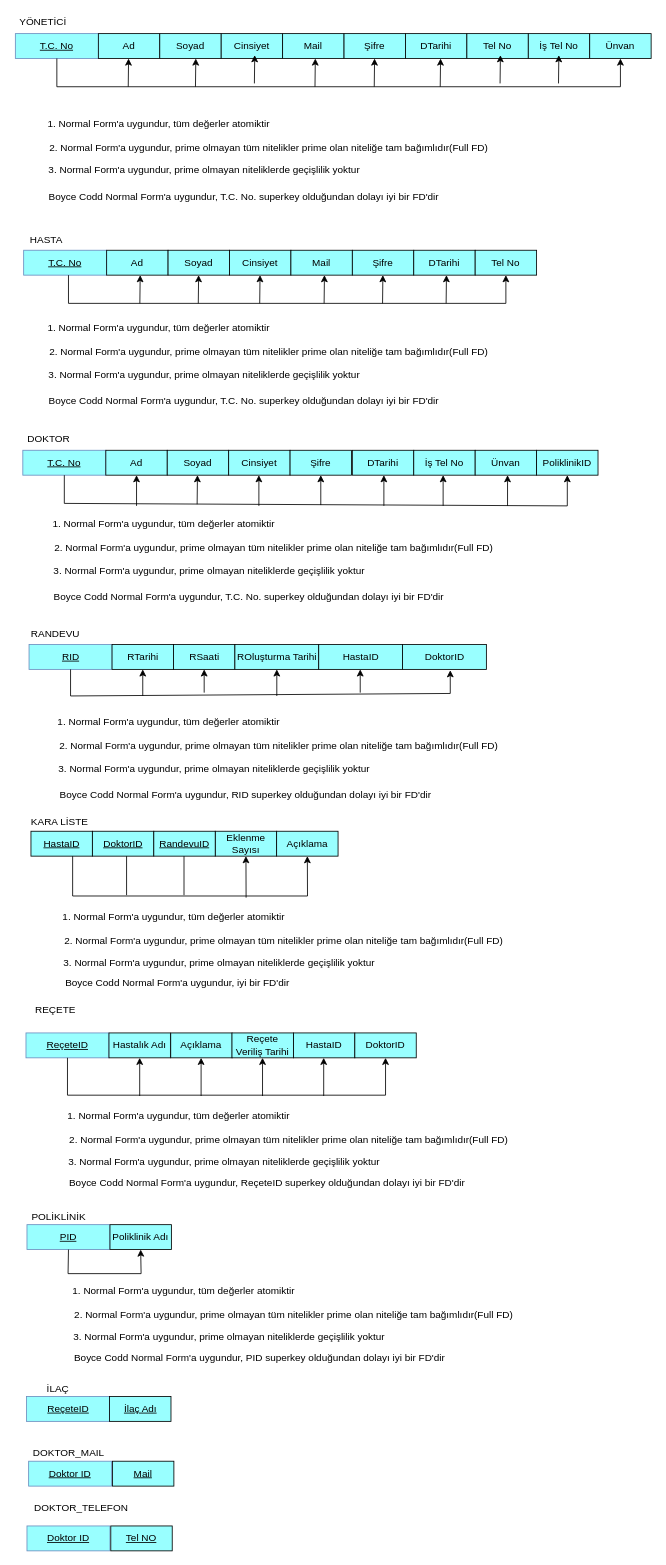
Before: DBTasarım/FD.drawio in Karani42Karaman/hospital-appointment-system, a draw.io diagram. Source tidied: cells renumbered, new cells numbered last; positions are measured from the earlier drawing's top-left corner, leaving out a move shared by most shapes. Both pictures are drawn from the tidied source at 83%, with x=0, y=0 at pixel (14, 14).
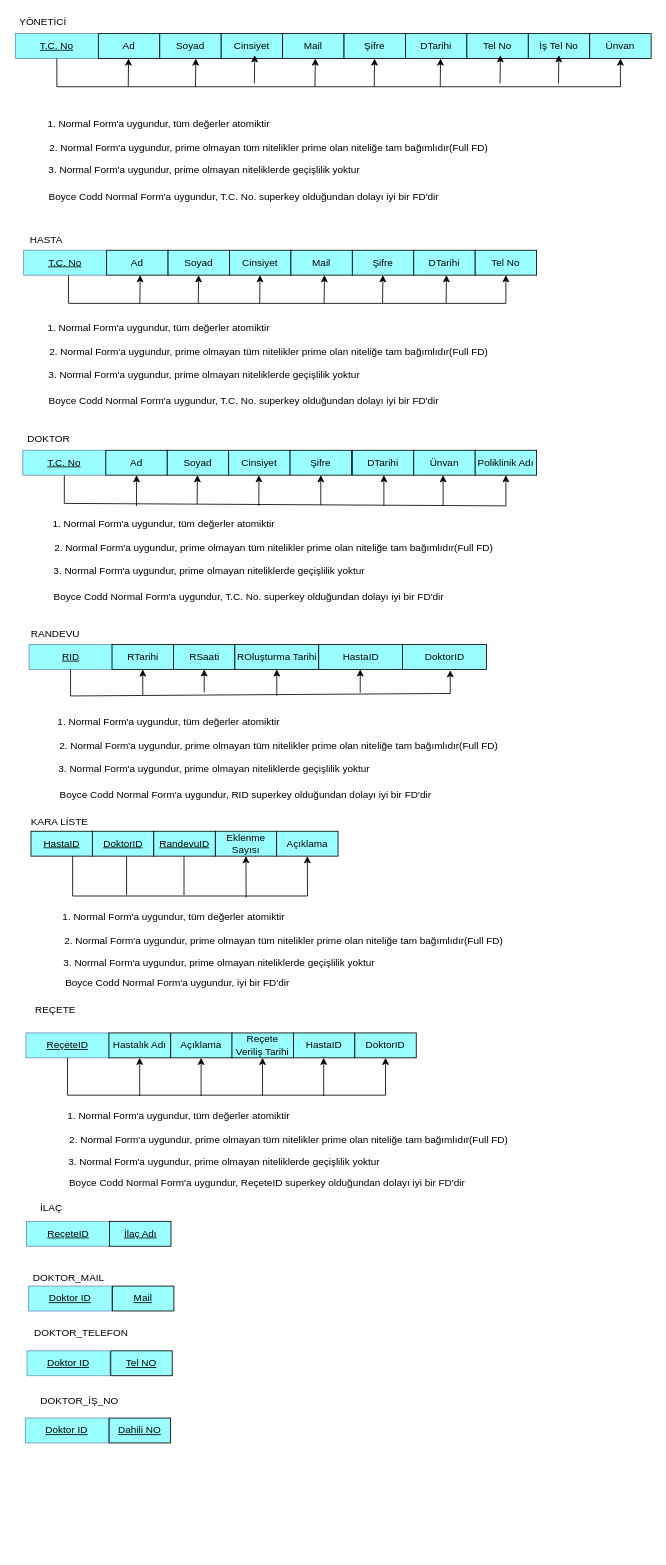
The same diagram, later.

Commit message:
son güncelleme

The change refers to these unchanged cells:
```xml
<mxCell id="23" value="&lt;u&gt;T.C. No&lt;/u&gt;" style="whiteSpace=wrap;html=1;align=center;fillColor=#99FFFF;strokeColor=#6c8ebf;" parent="1" vertex="1">
  <mxGeometry x="10" y="525" width="100" height="30" as="geometry" />
</mxCell>
```

Diff of the diagram source:
```diff
@@
-    <mxCell id="30" value="İş Tel No" style="rounded=0;whiteSpace=wrap;html=1;labelBackgroundColor=none;fillColor=#99FFFF;" parent="1" vertex="1">
-      <mxGeometry x="481" y="525" width="74" height="30" as="geometry" />
-    </mxCell>
     <mxCell id="31" value="Ünvan" style="rounded=0;whiteSpace=wrap;html=1;labelBackgroundColor=none;fillColor=#99FFFF;" parent="1" vertex="1">
-      <mxGeometry x="555" y="525" width="74" height="30" as="geometry" />
+      <mxGeometry x="481" y="525" width="74" height="30" as="geometry" />
     </mxCell>
@@
-    <mxCell id="37" value="&lt;u&gt;PID&lt;/u&gt;" style="whiteSpace=wrap;html=1;align=center;fillColor=#99FFFF;strokeColor=#6c8ebf;" parent="1" vertex="1">
-      <mxGeometry x="15" y="1458" width="100" height="30" as="geometry" />
-    </mxCell>
-    <mxCell id="38" value="POLİKLİNİK" style="text;html=1;align=center;verticalAlign=middle;strokeColor=none;fillColor=none;" parent="1" vertex="1">
-      <mxGeometry x="14.5" y="1440" width="76" height="18" as="geometry" />
-    </mxCell>
-    <mxCell id="39" value="Poliklinik Adı" style="rounded=0;whiteSpace=wrap;html=1;labelBackgroundColor=none;fillColor=#99FFFF;" parent="1" vertex="1">
-      <mxGeometry x="115" y="1458" width="74" height="30" as="geometry" />
-    </mxCell>
@@
-    <mxCell id="42" value="PoliklinikID" style="rounded=0;whiteSpace=wrap;html=1;labelBackgroundColor=none;fillColor=#99FFFF;" parent="1" vertex="1">
-      <mxGeometry x="629" y="525" width="74" height="30" as="geometry" />
+    <mxCell id="42" value="Poliklinik Adı" style="rounded=0;whiteSpace=wrap;html=1;labelBackgroundColor=none;fillColor=#99FFFF;" parent="1" vertex="1">
+      <mxGeometry x="555" y="525" width="74" height="30" as="geometry" />
     </mxCell>
@@
     <mxCell id="49" value="&lt;u&gt;ReçeteID&lt;/u&gt;" style="whiteSpace=wrap;html=1;align=center;fillColor=#99FFFF;strokeColor=#6c8ebf;" parent="1" vertex="1">
-      <mxGeometry x="14.5" y="1665" width="100" height="30" as="geometry" />
+      <mxGeometry x="14.5" y="1454" width="100" height="30" as="geometry" />
     </mxCell>
     <mxCell id="50" value="İLAÇ" style="text;html=1;align=center;verticalAlign=middle;strokeColor=none;fillColor=none;" parent="1" vertex="1">
-      <mxGeometry x="34" y="1647" width="36" height="18" as="geometry" />
+      <mxGeometry x="26" y="1429" width="36" height="18" as="geometry" />
     </mxCell>
     <mxCell id="51" value="İlaç Adı" style="rounded=0;whiteSpace=wrap;html=1;labelBackgroundColor=none;fillColor=#99FFFF;fontStyle=4;" parent="1" vertex="1">
-      <mxGeometry x="114.5" y="1665" width="74" height="30" as="geometry" />
+      <mxGeometry x="114.5" y="1454" width="74" height="30" as="geometry" />
     </mxCell>
@@
-    <mxCell id="72" style="endArrow=classic;html=1;rounded=0;exitX=0.5;exitY=1;exitDx=0;exitDy=0;entryX=0.5;entryY=1;entryDx=0;entryDy=0;" parent="1" edge="1" source="37" target="39">
-      <mxGeometry relative="1" as="geometry">
-        <Array as="points">
-          <mxPoint x="64.5" y="1517" />
-          <mxPoint x="152.5" y="1517" />
-        </Array>
-      </mxGeometry>
-    </mxCell>
     <mxCell id="73" style="endArrow=classic;html=1;rounded=0;exitX=0.5;exitY=1;exitDx=0;exitDy=0;entryX=0.5;entryY=1;entryDx=0;entryDy=0;" parent="1" edge="1" source="23" target="42">
       <mxGeometry relative="1" as="geometry">
         <Array as="points">
           <mxPoint x="60" y="589" />
-          <mxPoint x="666" y="592" />
+          <mxPoint x="592" y="592" />
         </Array>
       </mxGeometry>
     </mxCell>
@@
-    <mxCell id="80" style="endArrow=classic;html=1;rounded=0;entryX=0.5;entryY=1;entryDx=0;entryDy=0;" parent="1" edge="1">
-      <mxGeometry relative="1" as="geometry">
-        <mxPoint x="594" y="592" as="sourcePoint" />
-        <mxPoint x="594" y="555" as="targetPoint" />
-      </mxGeometry>
-    </mxCell>
@@
-    <mxCell id="114" value="1. Normal Form'a uygundur, tüm değerler atomiktir" style="text;html=1;strokeColor=none;fillColor=none;align=center;verticalAlign=middle;whiteSpace=wrap;rounded=0;" parent="1" vertex="1">
-      <mxGeometry x="60" y="1523" width="288" height="30" as="geometry" />
-    </mxCell>
-    <mxCell id="115" value="2. Normal Form'a uygundur, prime olmayan tüm nitelikler prime olan niteliğe tam bağımlıdır(Full FD)" style="text;html=1;align=center;verticalAlign=middle;strokeColor=none;fillColor=none;" parent="1" vertex="1">
-      <mxGeometry x="66" y="1558" width="539" height="18" as="geometry" />
-    </mxCell>
-    <mxCell id="116" value="3. Normal Form'a uygundur, prime olmayan niteliklerde geçişlilik yoktur&amp;nbsp;" style="text;html=1;align=center;verticalAlign=middle;strokeColor=none;fillColor=none;" parent="1" vertex="1">
-      <mxGeometry x="66" y="1585" width="388" height="18" as="geometry" />
-    </mxCell>
-    <mxCell id="117" value="Boyce Codd Normal Form'a uygundur, PID superkey olduğundan dolayı iyi bir FD'dir" style="text;html=1;align=center;verticalAlign=middle;strokeColor=none;fillColor=none;" parent="1" vertex="1">
-      <mxGeometry x="66.5" y="1610" width="457" height="18" as="geometry" />
-    </mxCell>
     <mxCell id="118" value="&lt;u&gt;Doktor ID&lt;/u&gt;" style="whiteSpace=wrap;html=1;align=center;fillColor=#99FFFF;strokeColor=#6c8ebf;" parent="1" vertex="1">
-      <mxGeometry x="17" y="1743" width="100" height="30" as="geometry" />
+      <mxGeometry x="17" y="1532" width="100" height="30" as="geometry" />
     </mxCell>
     <mxCell id="119" value="DOKTOR_MAIL" style="text;html=1;align=center;verticalAlign=middle;strokeColor=none;fillColor=none;" parent="1" vertex="1">
-      <mxGeometry x="15" y="1723" width="100" height="20" as="geometry" />
+      <mxGeometry x="15" y="1512" width="100" height="20" as="geometry" />
     </mxCell>
     <mxCell id="120" value="DOKTOR_TELEFON" style="text;html=1;align=center;verticalAlign=middle;strokeColor=none;fillColor=none;" parent="1" vertex="1">
-      <mxGeometry x="15" y="1790" width="130" height="20" as="geometry" />
+      <mxGeometry x="15" y="1579" width="130" height="20" as="geometry" />
     </mxCell>
     <mxCell id="121" value="Mail" style="rounded=0;whiteSpace=wrap;html=1;labelBackgroundColor=none;fillColor=#99FFFF;fontStyle=4;" parent="1" vertex="1">
-      <mxGeometry x="118" y="1743" width="74" height="30" as="geometry" />
+      <mxGeometry x="118" y="1532" width="74" height="30" as="geometry" />
     </mxCell>
     <mxCell id="122" value="&lt;u&gt;Doktor ID&lt;/u&gt;" style="whiteSpace=wrap;html=1;align=center;fillColor=#99FFFF;strokeColor=#6c8ebf;" parent="1" vertex="1">
-      <mxGeometry x="15" y="1821" width="100" height="30" as="geometry" />
+      <mxGeometry x="15" y="1610" width="100" height="30" as="geometry" />
     </mxCell>
     <mxCell id="123" value="Tel NO" style="rounded=0;whiteSpace=wrap;html=1;labelBackgroundColor=none;fillColor=#99FFFF;fontStyle=4;" parent="1" vertex="1">
-      <mxGeometry x="116" y="1821" width="74" height="30" as="geometry" />
+      <mxGeometry x="116" y="1610" width="74" height="30" as="geometry" />
     </mxCell>
@@
+    <mxCell id="132" value="DOKTOR_İŞ_NO" style="text;html=1;align=center;verticalAlign=middle;strokeColor=none;fillColor=none;" parent="1" vertex="1">
+      <mxGeometry x="26" y="1661" width="104" height="18" as="geometry" />
+    </mxCell>
+    <mxCell id="133" value="&lt;u&gt;Doktor ID&lt;/u&gt;" style="whiteSpace=wrap;html=1;align=center;fillColor=#99FFFF;strokeColor=#6c8ebf;" parent="1" vertex="1">
+      <mxGeometry x="13" y="1691" width="100" height="30" as="geometry" />
+    </mxCell>
+    <mxCell id="134" value="Dahili NO" style="rounded=0;whiteSpace=wrap;html=1;labelBackgroundColor=none;fillColor=#99FFFF;fontStyle=4;" parent="1" vertex="1">
+      <mxGeometry x="114" y="1691" width="74" height="30" as="geometry" />
+    </mxCell>
```
